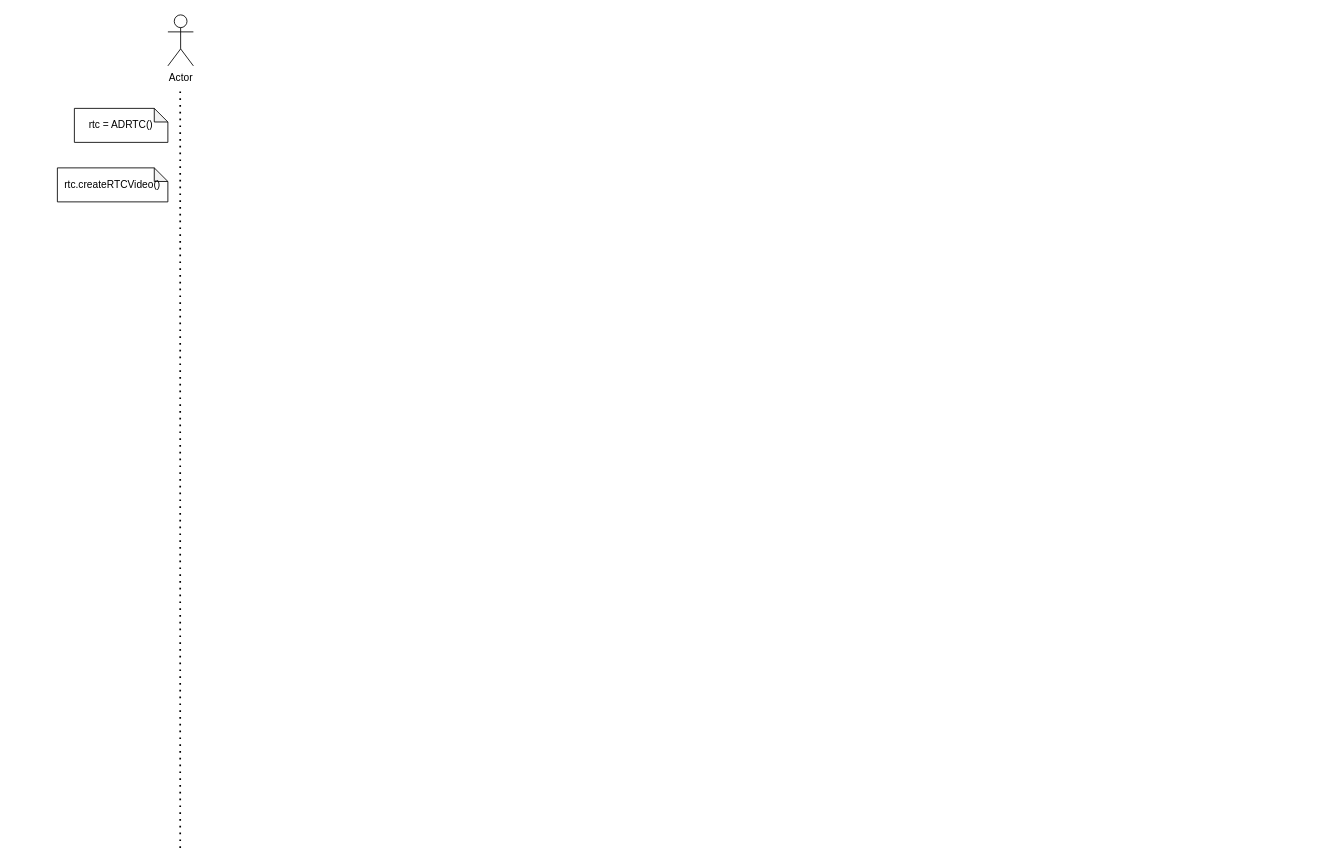
zhouizhan/webrtc keeps this draw.io diagram as Untitled Diagram.drawio. Above is the earlier version. Source tidied: cells renumbered, new cells numbered last; positions are measured from the earlier drawing's top-left corner, leaving out a move shared by most shapes. Both pictures are drawn from the tidied source at 85%, with x=0, y=0 at pixel (57, 14).
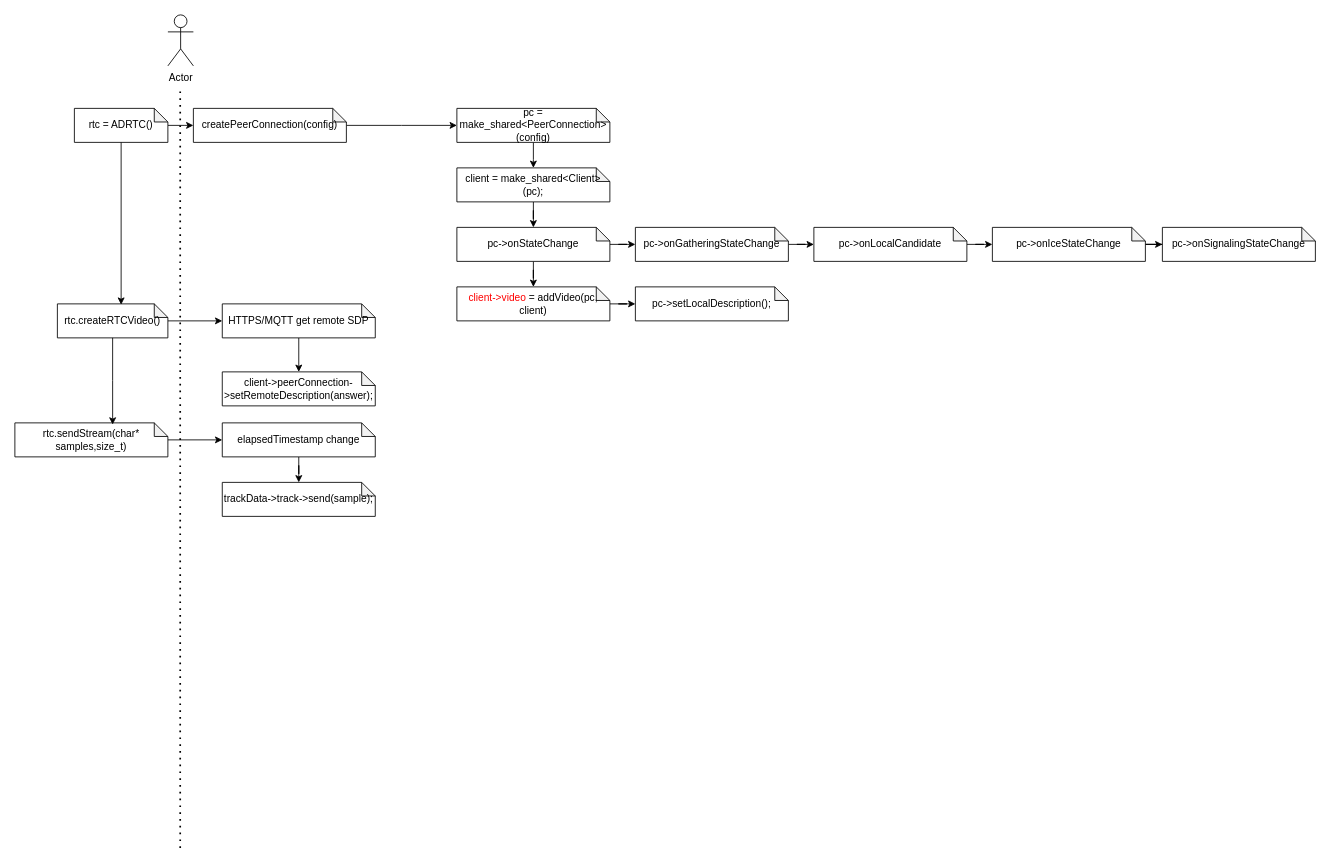
The same page after the edit.

Unchanged cells that the change refers to:
```xml
<mxCell id="4" value="rtc = ADRTC()" style="shape=note;whiteSpace=wrap;html=1;backgroundOutline=1;darkOpacity=0.05;size=16;" parent="1" vertex="1">
  <mxGeometry x="20" y="110" width="110" height="40" as="geometry" />
</mxCell>
```

What changed in the source:
```diff
@@
+    <mxCell id="6" style="edgeStyle=orthogonalEdgeStyle;rounded=0;jettySize=auto;html=1;" parent="1" edge="1" source="4">
+      <mxGeometry relative="1" as="geometry">
+        <mxPoint x="160" y="130" as="targetPoint" />
+      </mxGeometry>
+    </mxCell>
@@
+    <mxCell id="7" style="edgeStyle=orthogonalEdgeStyle;rounded=0;jettySize=auto;html=1;" parent="1" edge="1" source="5" target="30">
+      <mxGeometry relative="1" as="geometry" />
+    </mxCell>
     <mxCell id="5" value="rtc.createRTCVideo()" style="shape=note;whiteSpace=wrap;html=1;backgroundOutline=1;darkOpacity=0.05;size=16;" parent="1" vertex="1">
-      <mxGeometry y="180" width="130" height="40" as="geometry" />
+      <mxGeometry y="340" width="130" height="40" as="geometry" />
     </mxCell>
+    <mxCell id="8" style="edgeStyle=orthogonalEdgeStyle;rounded=0;jettySize=auto;html=1;" parent="1" edge="1" source="9" target="33">
+      <mxGeometry relative="1" as="geometry" />
+    </mxCell>
+    <mxCell id="9" value="rtc.sendStream(char* samples,size_t)" style="shape=note;whiteSpace=wrap;html=1;backgroundOutline=1;darkOpacity=0.05;size=16;" parent="1" vertex="1">
+      <mxGeometry x="-50" y="480" width="180" height="40" as="geometry" />
+    </mxCell>
+    <mxCell id="10" style="edgeStyle=orthogonalEdgeStyle;rounded=0;jettySize=auto;html=1;" parent="1" edge="1" source="11">
+      <mxGeometry relative="1" as="geometry">
+        <mxPoint x="470" y="130" as="targetPoint" />
+      </mxGeometry>
+    </mxCell>
+    <mxCell id="11" value="createPeerConnection(config)" style="shape=note;whiteSpace=wrap;html=1;backgroundOutline=1;darkOpacity=0.05;size=16;" parent="1" vertex="1">
+      <mxGeometry x="160" y="110" width="180" height="40" as="geometry" />
+    </mxCell>
+    <mxCell id="12" style="edgeStyle=orthogonalEdgeStyle;rounded=0;jettySize=auto;html=1;" parent="1" edge="1" source="13">
+      <mxGeometry relative="1" as="geometry">
+        <mxPoint x="560" y="180" as="targetPoint" />
+      </mxGeometry>
+    </mxCell>
+    <mxCell id="13" value="pc = make_shared&amp;lt;PeerConnection&amp;gt;(config)" style="shape=note;whiteSpace=wrap;html=1;backgroundOutline=1;darkOpacity=0.05;size=16;" parent="1" vertex="1">
+      <mxGeometry x="470" y="110" width="180" height="40" as="geometry" />
+    </mxCell>
+    <mxCell id="14" style="edgeStyle=orthogonalEdgeStyle;rounded=0;jettySize=auto;html=1;" parent="1" edge="1" source="15" target="18">
+      <mxGeometry relative="1" as="geometry" />
+    </mxCell>
+    <mxCell id="15" value="client = make_shared&amp;lt;Client&amp;gt;(pc);" style="shape=note;whiteSpace=wrap;html=1;backgroundOutline=1;darkOpacity=0.05;size=16;" parent="1" vertex="1">
+      <mxGeometry x="470" y="180" width="180" height="40" as="geometry" />
+    </mxCell>
+    <mxCell id="16" style="edgeStyle=orthogonalEdgeStyle;rounded=0;jettySize=auto;html=1;" parent="1" edge="1" source="18" target="20">
+      <mxGeometry relative="1" as="geometry" />
+    </mxCell>
+    <mxCell id="17" style="edgeStyle=orthogonalEdgeStyle;rounded=0;jettySize=auto;html=1;" parent="1" edge="1" source="18" target="27">
+      <mxGeometry relative="1" as="geometry" />
+    </mxCell>
+    <mxCell id="18" value="pc-&amp;gt;onStateChange" style="shape=note;whiteSpace=wrap;html=1;backgroundOutline=1;darkOpacity=0.05;size=16;" parent="1" vertex="1">
+      <mxGeometry x="470" y="250" width="180" height="40" as="geometry" />
+    </mxCell>
+    <mxCell id="19" style="edgeStyle=orthogonalEdgeStyle;rounded=0;jettySize=auto;html=1;" parent="1" edge="1" source="20" target="22">
+      <mxGeometry relative="1" as="geometry" />
+    </mxCell>
+    <mxCell id="20" value="pc-&amp;gt;onGatheringStateChange" style="shape=note;whiteSpace=wrap;html=1;backgroundOutline=1;darkOpacity=0.05;size=16;" parent="1" vertex="1">
+      <mxGeometry x="680" y="250" width="180" height="40" as="geometry" />
+    </mxCell>
+    <mxCell id="21" style="edgeStyle=orthogonalEdgeStyle;rounded=0;jettySize=auto;html=1;" parent="1" edge="1" source="22" target="24">
+      <mxGeometry relative="1" as="geometry" />
+    </mxCell>
+    <mxCell id="22" value="pc-&amp;gt;onLocalCandidate" style="shape=note;whiteSpace=wrap;html=1;backgroundOutline=1;darkOpacity=0.05;size=16;" parent="1" vertex="1">
+      <mxGeometry x="890" y="250" width="180" height="40" as="geometry" />
+    </mxCell>
+    <mxCell id="23" style="edgeStyle=orthogonalEdgeStyle;rounded=0;jettySize=auto;html=1;" parent="1" edge="1" source="24" target="25">
+      <mxGeometry relative="1" as="geometry" />
+    </mxCell>
+    <mxCell id="24" value="pc-&amp;gt;onIceStateChange" style="shape=note;whiteSpace=wrap;html=1;backgroundOutline=1;darkOpacity=0.05;size=16;" parent="1" vertex="1">
+      <mxGeometry x="1100" y="250" width="180" height="40" as="geometry" />
+    </mxCell>
+    <mxCell id="25" value="pc-&amp;gt;onSignalingStateChange" style="shape=note;whiteSpace=wrap;html=1;backgroundOutline=1;darkOpacity=0.05;size=16;" parent="1" vertex="1">
+      <mxGeometry x="1300" y="250" width="180" height="40" as="geometry" />
+    </mxCell>
+    <mxCell id="26" style="edgeStyle=orthogonalEdgeStyle;rounded=0;jettySize=auto;html=1;" parent="1" edge="1" source="27" target="28">
+      <mxGeometry relative="1" as="geometry" />
+    </mxCell>
+    <mxCell id="27" value="&lt;font color=&quot;#ff0000&quot;&gt;client-&amp;gt;video&lt;/font&gt; =&amp;nbsp;addVideo(pc, client)" style="shape=note;whiteSpace=wrap;html=1;backgroundOutline=1;darkOpacity=0.05;size=16;" parent="1" vertex="1">
+      <mxGeometry x="470" y="320" width="180" height="40" as="geometry" />
+    </mxCell>
+    <mxCell id="28" value="pc-&amp;gt;setLocalDescription();" style="shape=note;whiteSpace=wrap;html=1;backgroundOutline=1;darkOpacity=0.05;size=16;" parent="1" vertex="1">
+      <mxGeometry x="680" y="320" width="180" height="40" as="geometry" />
+    </mxCell>
+    <mxCell id="29" style="edgeStyle=orthogonalEdgeStyle;rounded=0;jettySize=auto;html=1;" parent="1" edge="1" source="30" target="31">
+      <mxGeometry relative="1" as="geometry" />
+    </mxCell>
+    <mxCell id="30" value="HTTPS/MQTT get remote SDP" style="shape=note;whiteSpace=wrap;html=1;backgroundOutline=1;darkOpacity=0.05;size=16;" parent="1" vertex="1">
+      <mxGeometry x="194" y="340" width="180" height="40" as="geometry" />
+    </mxCell>
+    <mxCell id="31" value="client-&amp;gt;peerConnection-&amp;gt;setRemoteDescription(answer);" style="shape=note;whiteSpace=wrap;html=1;backgroundOutline=1;darkOpacity=0.05;size=16;" parent="1" vertex="1">
+      <mxGeometry x="194" y="420" width="180" height="40" as="geometry" />
+    </mxCell>
+    <mxCell id="32" style="edgeStyle=orthogonalEdgeStyle;rounded=0;jettySize=auto;html=1;" parent="1" edge="1" source="33" target="36">
+      <mxGeometry relative="1" as="geometry" />
+    </mxCell>
+    <mxCell id="33" value="elapsedTimestamp change" style="shape=note;whiteSpace=wrap;html=1;backgroundOutline=1;darkOpacity=0.05;size=16;" parent="1" vertex="1">
+      <mxGeometry x="194" y="480" width="180" height="40" as="geometry" />
+    </mxCell>
+    <mxCell id="34" style="edgeStyle=orthogonalEdgeStyle;rounded=0;jettySize=auto;html=1;entryX=0.577;entryY=0.025;entryDx=0;entryDy=0;entryPerimeter=0;" parent="1" edge="1" source="4" target="5">
+      <mxGeometry relative="1" as="geometry" />
+    </mxCell>
+    <mxCell id="35" style="edgeStyle=orthogonalEdgeStyle;rounded=0;jettySize=auto;html=1;entryX=0.639;entryY=0.05;entryDx=0;entryDy=0;entryPerimeter=0;" parent="1" edge="1" source="5" target="9">
+      <mxGeometry relative="1" as="geometry" />
+    </mxCell>
+    <mxCell id="36" value="trackData-&amp;gt;track-&amp;gt;send(sample);" style="shape=note;whiteSpace=wrap;html=1;backgroundOutline=1;darkOpacity=0.05;size=16;" parent="1" vertex="1">
+      <mxGeometry x="194" y="550" width="180" height="40" as="geometry" />
+    </mxCell>
```
